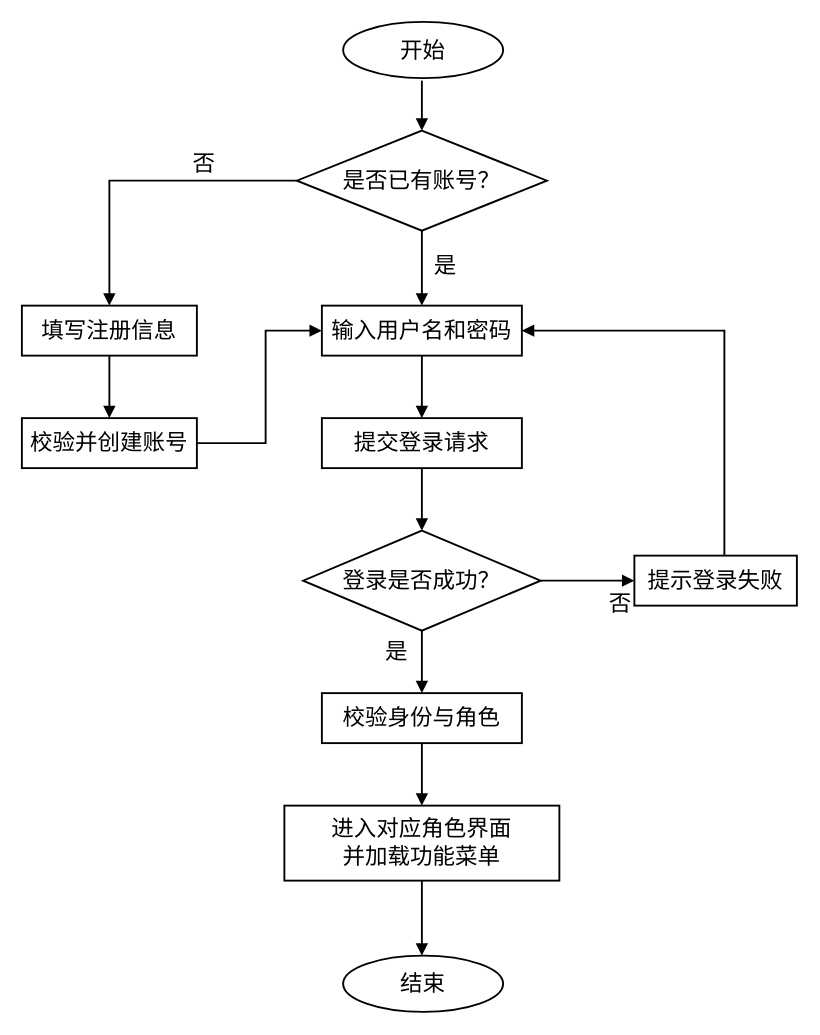
Earlier version of the draw.io diagram docs/PaperImages/4用户注册登录流程图.drawio (Dean-op/forest_fire). Source tidied: cells renumbered, new cells numbered last; positions are measured from the earlier drawing's top-left corner, leaving out a move shared by most shapes. Both pictures are drawn from the tidied source at 125%, with x=0, y=0 at pixel (21, 21).
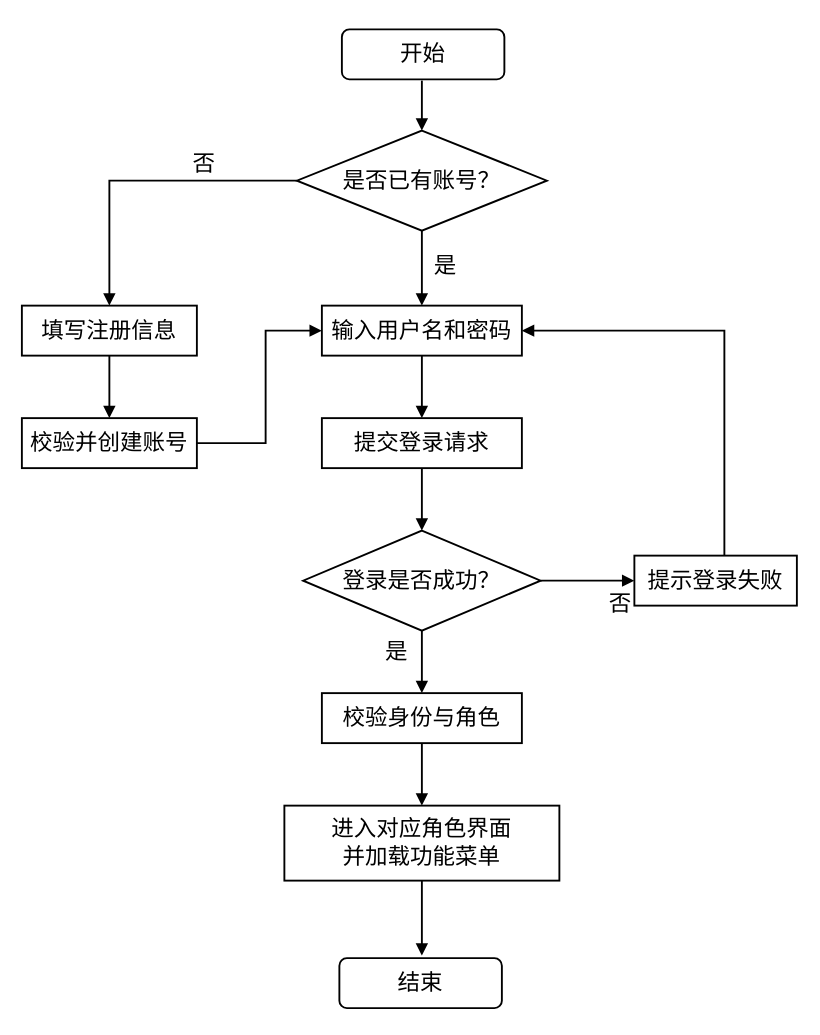
Above is the later version.

Change to the diagram source:
```diff
@@
-    <mxCell id="27" value="开始" style="ellipse;whiteSpace=wrap;html=1;fontSize=18;labelBackgroundColor=none;strokeWidth=1.5;" parent="1" vertex="1">
-      <mxGeometry x="257" width="128" height="45" as="geometry" />
+    <mxCell id="27" value="开始" style="rounded=1;whiteSpace=wrap;html=1;strokeWidth=1.5;fontSize=18;labelBackgroundColor=none;" parent="1" vertex="1">
+      <mxGeometry x="256" y="6" width="130" height="40" as="geometry" />
     </mxCell>
-    <mxCell id="28" value="结束" style="ellipse;whiteSpace=wrap;html=1;fontSize=18;labelBackgroundColor=none;strokeWidth=1.5;" parent="1" vertex="1">
-      <mxGeometry x="257" y="747" width="128" height="45" as="geometry" />
+    <mxCell id="28" value="结束" style="rounded=1;whiteSpace=wrap;html=1;strokeWidth=1.5;fontSize=18;labelBackgroundColor=none;" parent="1" vertex="1">
+      <mxGeometry x="254" y="749" width="130" height="40" as="geometry" />
     </mxCell>
```
